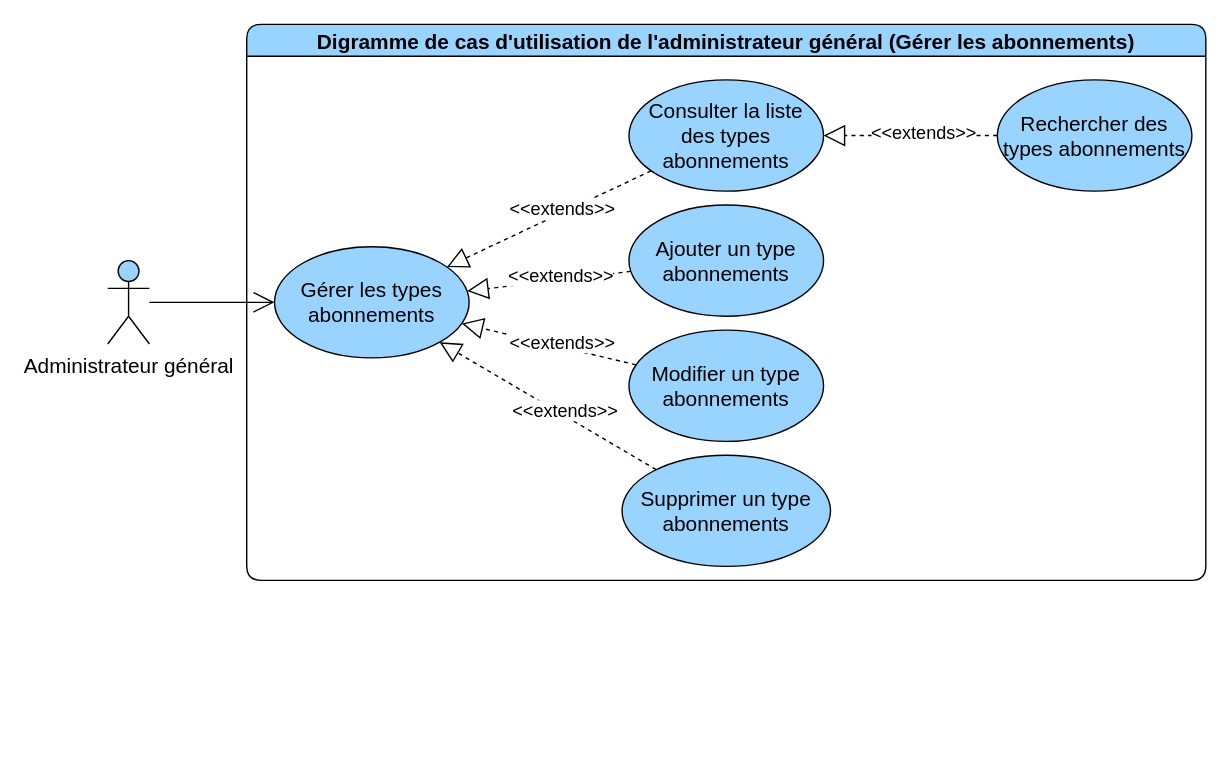
devlotfi/peage-pay keeps this draw.io diagram as page "gerer les abonnements" (7 of 8) of diagrams/use-case/administrateur-general.drawio. Above is the earlier version. Source tidied: cells renumbered, new cells numbered last; positions are measured from the earlier drawing's top-left corner, leaving out a move shared by most shapes. Both pictures are drawn from the tidied source at 139%, with x=0, y=0 at pixel (107, 24).
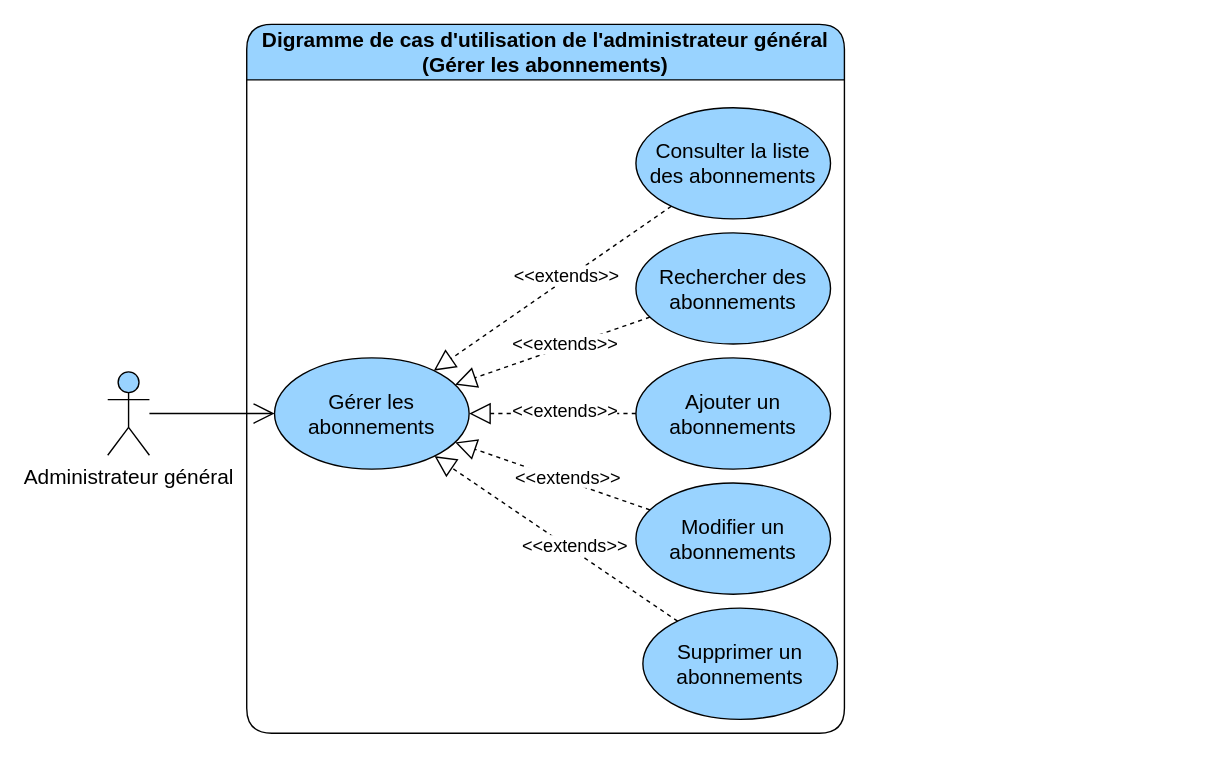
Above is the later version.

The edit, as a diff of the source:
```diff
@@
-    <mxCell id="2" value="Digramme de cas d'utilisation de l'administrateur général (Gérer les abonnements)" style="swimlane;whiteSpace=wrap;html=1;rounded=1;fillColor=#99D3FF;fontSize=15;" parent="1" vertex="1">
-      <mxGeometry x="100" width="690" height="400" as="geometry" />
+    <mxCell id="2" value="Digramme de cas d'utilisation de l'administrateur général (Gérer les abonnements)" style="swimlane;whiteSpace=wrap;html=1;rounded=1;fillColor=#99D3FF;fontSize=15;startSize=40;" parent="1" vertex="1">
+      <mxGeometry x="100" width="430" height="510" as="geometry" />
     </mxCell>
-    <mxCell id="3" value="Ajouter un type abonnements" style="ellipse;whiteSpace=wrap;html=1;strokeColor=default;align=center;verticalAlign=middle;fontFamily=Helvetica;fontSize=15;fontColor=default;fillColor=#99D3FF;" parent="2" vertex="1">
-      <mxGeometry x="275" y="130" width="140" height="80" as="geometry" />
+    <mxCell id="3" value="Ajouter un abonnements" style="ellipse;whiteSpace=wrap;html=1;strokeColor=default;align=center;verticalAlign=middle;fontFamily=Helvetica;fontSize=15;fontColor=default;fillColor=#99D3FF;" parent="2" vertex="1">
+      <mxGeometry x="280" y="240" width="140" height="80" as="geometry" />
     </mxCell>
-    <mxCell id="4" value="Modifier un type abonnements" style="ellipse;whiteSpace=wrap;html=1;strokeColor=default;align=center;verticalAlign=middle;fontFamily=Helvetica;fontSize=15;fontColor=default;fillColor=#99D3FF;" parent="2" vertex="1">
-      <mxGeometry x="275" y="220" width="140" height="80" as="geometry" />
+    <mxCell id="4" value="Modifier un abonnements" style="ellipse;whiteSpace=wrap;html=1;strokeColor=default;align=center;verticalAlign=middle;fontFamily=Helvetica;fontSize=15;fontColor=default;fillColor=#99D3FF;" parent="2" vertex="1">
+      <mxGeometry x="280" y="330" width="140" height="80" as="geometry" />
     </mxCell>
-    <mxCell id="5" value="Supprimer un type abonnements" style="ellipse;whiteSpace=wrap;html=1;strokeColor=default;align=center;verticalAlign=middle;fontFamily=Helvetica;fontSize=15;fontColor=default;fillColor=#99D3FF;" parent="2" vertex="1">
-      <mxGeometry x="270" y="310" width="150" height="80" as="geometry" />
+    <mxCell id="5" value="Supprimer un abonnements" style="ellipse;whiteSpace=wrap;html=1;strokeColor=default;align=center;verticalAlign=middle;fontFamily=Helvetica;fontSize=15;fontColor=default;fillColor=#99D3FF;" parent="2" vertex="1">
+      <mxGeometry x="285" y="420" width="140" height="80" as="geometry" />
     </mxCell>
-    <mxCell id="6" value="Consulter la liste des types abonnements" style="ellipse;whiteSpace=wrap;html=1;strokeColor=default;align=center;verticalAlign=middle;fontFamily=Helvetica;fontSize=15;fontColor=default;fillColor=#99D3FF;" parent="2" vertex="1">
-      <mxGeometry x="275" y="40" width="140" height="80" as="geometry" />
+    <mxCell id="6" value="Consulter la liste des abonnements" style="ellipse;whiteSpace=wrap;html=1;strokeColor=default;align=center;verticalAlign=middle;fontFamily=Helvetica;fontSize=15;fontColor=default;fillColor=#99D3FF;" parent="2" vertex="1">
+      <mxGeometry x="280" y="60" width="140" height="80" as="geometry" />
     </mxCell>
-    <mxCell id="7" value="Rechercher des types abonnements" style="ellipse;whiteSpace=wrap;html=1;strokeColor=default;align=center;verticalAlign=middle;fontFamily=Helvetica;fontSize=15;fontColor=default;fillColor=#99D3FF;" parent="2" vertex="1">
-      <mxGeometry x="540" y="40" width="140" height="80" as="geometry" />
+    <mxCell id="7" value="Rechercher des abonnements" style="ellipse;whiteSpace=wrap;html=1;strokeColor=default;align=center;verticalAlign=middle;fontFamily=Helvetica;fontSize=15;fontColor=default;fillColor=#99D3FF;" parent="2" vertex="1">
+      <mxGeometry x="280" y="150" width="140" height="80" as="geometry" />
     </mxCell>
-    <mxCell id="8" style="edgeStyle=none;rounded=0;jettySize=auto;html=1;dashed=1;strokeColor=default;align=center;verticalAlign=middle;fontFamily=Helvetica;fontSize=15;fontColor=default;labelBackgroundColor=default;startSize=6;endArrow=block;endFill=0;endSize=13;" parent="2" edge="1" source="7" target="6">
+    <mxCell id="8" style="edgeStyle=none;rounded=0;jettySize=auto;html=1;dashed=1;strokeColor=default;align=center;verticalAlign=middle;fontFamily=Helvetica;fontSize=15;fontColor=default;labelBackgroundColor=default;startSize=6;endArrow=block;endFill=0;endSize=13;" parent="2" edge="1" source="7" target="10">
       <mxGeometry relative="1" as="geometry" />
     </mxCell>
@@
-    <mxCell id="10" value="Gérer les types abonnements" style="ellipse;whiteSpace=wrap;html=1;strokeColor=default;align=center;verticalAlign=middle;fontFamily=Helvetica;fontSize=15;fontColor=default;fillColor=#99D3FF;" parent="2" vertex="1">
-      <mxGeometry x="20" y="160" width="140" height="80" as="geometry" />
+    <mxCell id="10" value="Gérer les abonnements" style="ellipse;whiteSpace=wrap;html=1;strokeColor=default;align=center;verticalAlign=middle;fontFamily=Helvetica;fontSize=15;fontColor=default;fillColor=#99D3FF;" parent="2" vertex="1">
+      <mxGeometry x="20" y="240" width="140" height="80" as="geometry" />
     </mxCell>
@@
     <mxCell id="20" value="Administrateur général" style="shape=umlActor;verticalLabelPosition=bottom;verticalAlign=top;html=1;outlineConnect=0;strokeColor=default;align=center;fontFamily=Helvetica;fontSize=15;fontColor=default;fillColor=#99D3FF;" parent="1" vertex="1">
-      <mxGeometry y="170" width="30" height="60" as="geometry" />
+      <mxGeometry y="250" width="30" height="60" as="geometry" />
     </mxCell>
```
